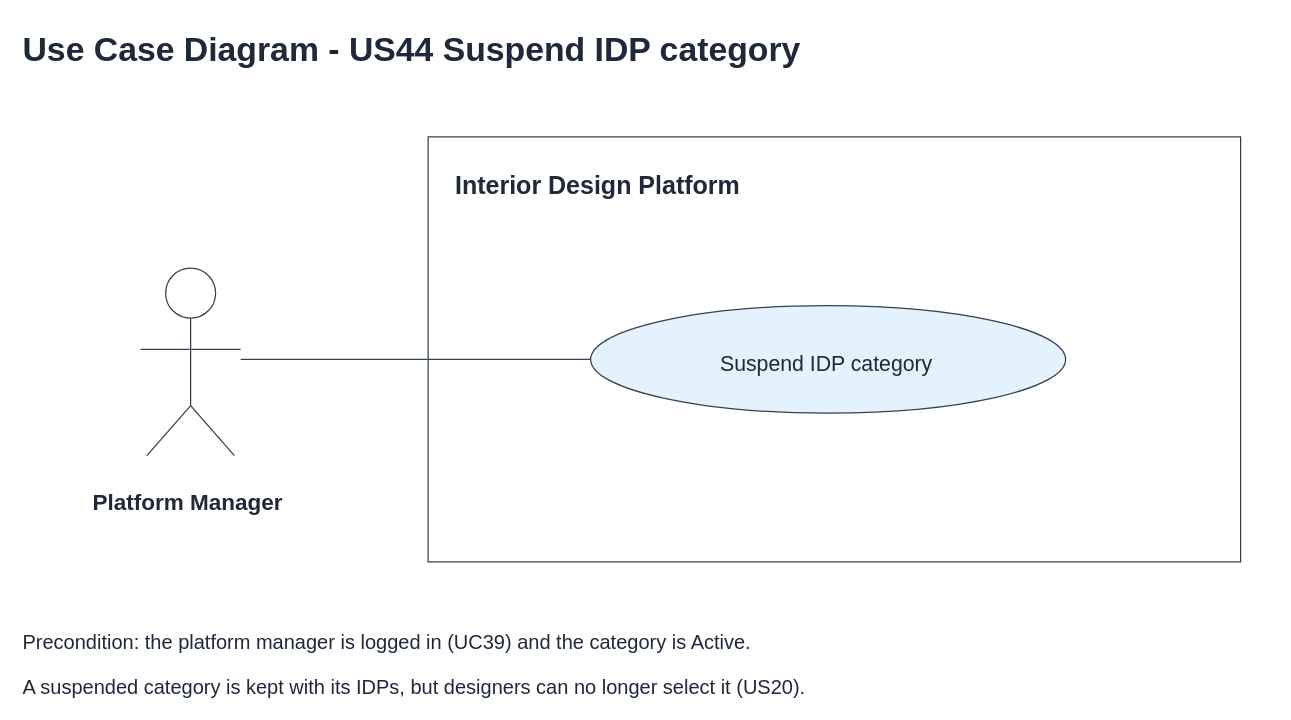
Before: page "2 Use Case Diagram" (1 of 7) of Sprint_2/US44 - Suspend IDP Category/US44 Suspend IDP category.drawio in Hanzxc/CSIT314-ARCHSS, a draw.io diagram. Source tidied: cells renumbered, new cells numbered last; positions are measured from the earlier drawing's top-left corner, leaving out a move shared by most shapes. Both pictures are drawn from the tidied source at 125%, with x=0, y=0 at pixel (20, 20).
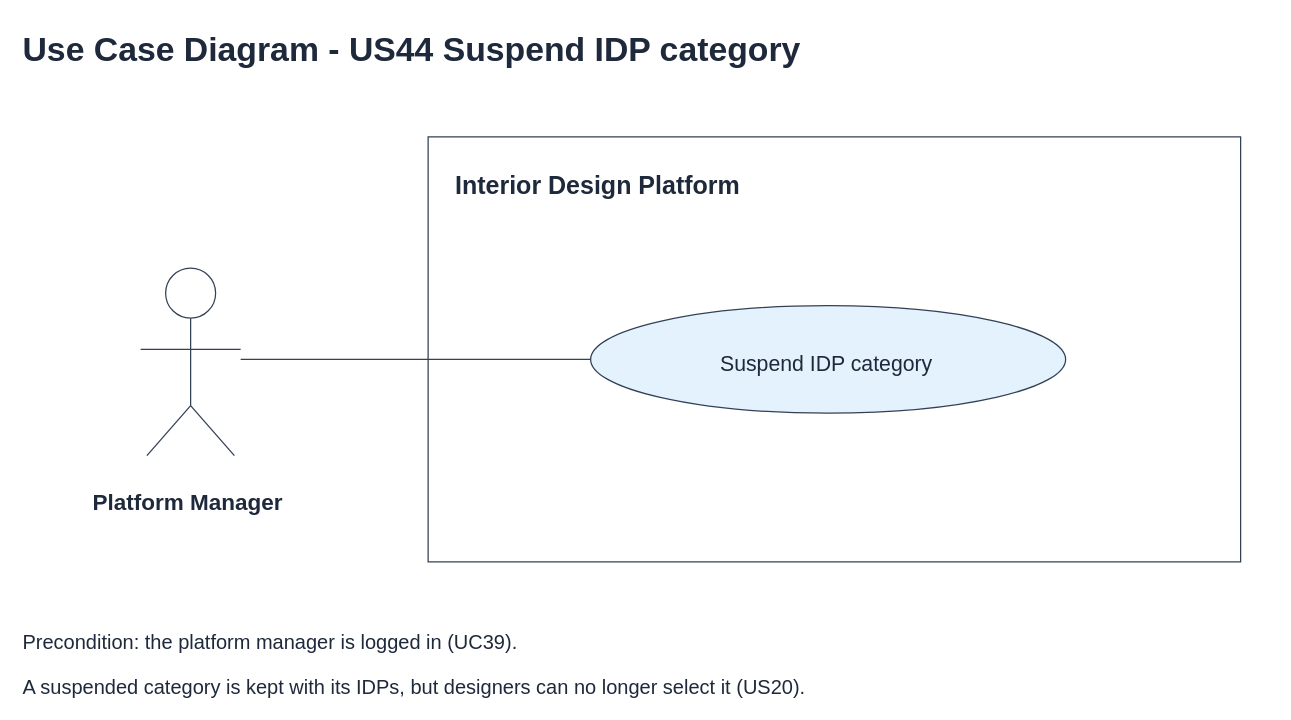
Above is the later version.

Diff of the diagram source:
```diff
@@
-    <mxCell id="14" value="Precondition: the platform manager is logged in (UC39) and the category is Active." style="text;html=0;align=left;verticalAlign=top;fontSize=16;fontStyle=0;fontColor=#1e293b;" parent="1" vertex="1">
-      <mxGeometry y="481" width="588" height="26" as="geometry" />
+    <mxCell id="14" value="Precondition: the platform manager is logged in (UC39)." style="text;html=0;align=left;verticalAlign=top;fontSize=16;fontStyle=0;fontColor=#1e293b;" parent="1" vertex="1">
+      <mxGeometry y="481" width="460" height="26" as="geometry" />
     </mxCell>
```
